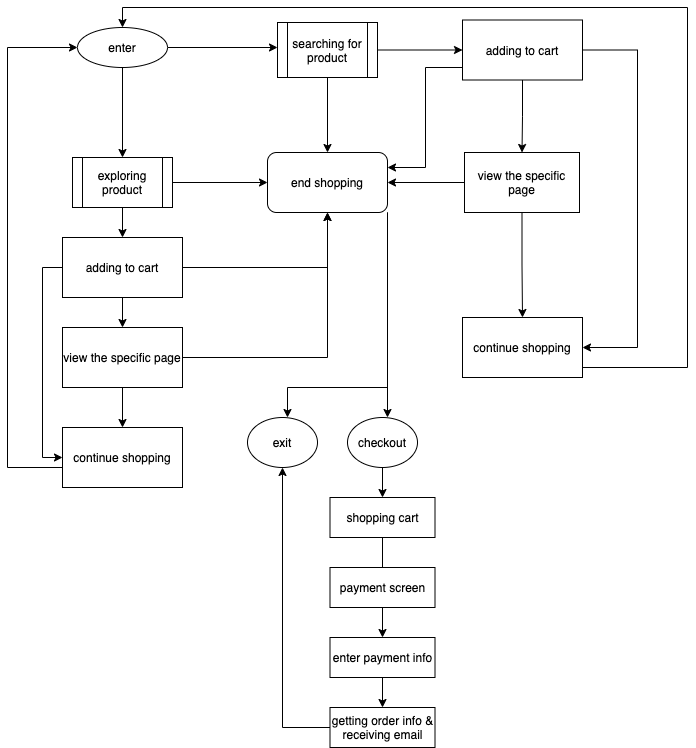
The draw.io diagram explore/diagramming/diagram.drawio.png in h2yuan/fa21-cse110-lab4, before a commit. Source tidied: cells renumbered, new cells last; positions are measured from the earlier drawing's top-left corner, leaving out a move shared by most shapes.
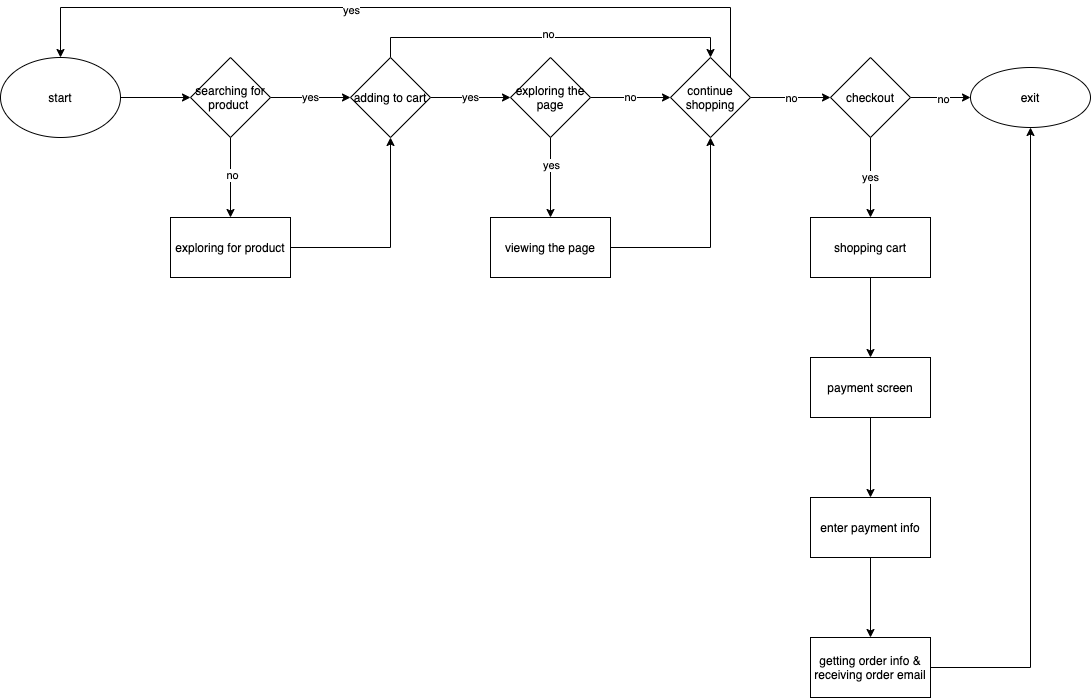
Later version of the same file.

What changed in the source:
```diff
@@ -2,176 +2,127 @@
   <root>
     <mxCell id="0" />
     <mxCell id="1" parent="0" />
+    <mxCell id="43" style="edgeStyle=orthogonalEdgeStyle;rounded=0;jettySize=auto;html=1;" parent="1" edge="1" source="44" target="6">
+      <mxGeometry relative="1" as="geometry" />
+    </mxCell>
+    <mxCell id="44" value="start" style="ellipse;whiteSpace=wrap;html=1;" parent="1" vertex="1">
+      <mxGeometry x="110" y="50" width="120" height="80" as="geometry" />
+    </mxCell>
+    <mxCell id="9" style="edgeStyle=orthogonalEdgeStyle;rounded=0;jettySize=auto;html=1;" parent="1" edge="1" source="6">
+      <mxGeometry relative="1" as="geometry">
+        <mxPoint x="340" y="210" as="targetPoint" />
+      </mxGeometry>
+    </mxCell>
+    <mxCell id="45" value="no" style="edgeLabel;html=1;align=center;verticalAlign=middle;" parent="9" vertex="1">
+      <mxGeometry x="-0.1" y="1" relative="1" as="geometry" />
+    </mxCell>
+    <mxCell id="46" value="yes" style="edgeStyle=orthogonalEdgeStyle;rounded=0;jettySize=auto;html=1;" parent="1" edge="1" source="6" target="2">
+      <mxGeometry relative="1" as="geometry" />
+    </mxCell>
+    <mxCell id="6" value="searching for product&amp;nbsp;" style="rhombus;whiteSpace=wrap;html=1;" parent="1" vertex="1">
+      <mxGeometry x="300" y="50" width="80" height="80" as="geometry" />
+    </mxCell>
+    <mxCell id="47" value="yes" style="edgeStyle=orthogonalEdgeStyle;rounded=0;jettySize=auto;html=1;" parent="1" edge="1" source="2" target="53">
+      <mxGeometry relative="1" as="geometry">
+        <Array as="points">
+          <mxPoint x="580" y="90" />
+          <mxPoint x="580" y="90" />
+        </Array>
+      </mxGeometry>
+    </mxCell>
+    <mxCell id="48" style="edgeStyle=orthogonalEdgeStyle;rounded=0;jettySize=auto;html=1;exitX=0.5;exitY=0;exitDx=0;exitDy=0;entryX=0.5;entryY=0;entryDx=0;entryDy=0;" parent="1" edge="1" source="2" target="31">
+      <mxGeometry relative="1" as="geometry" />
+    </mxCell>
+    <mxCell id="49" value="no" style="edgeLabel;html=1;align=center;verticalAlign=middle;" parent="48" vertex="1">
+      <mxGeometry x="-0.02" y="4" relative="1" as="geometry" />
+    </mxCell>
-    <mxCell id="2" style="edgeStyle=orthogonalEdgeStyle;rounded=0;orthogonalLoop=1;jettySize=auto;html=1;exitX=0.5;exitY=1;exitDx=0;exitDy=0;" parent="1" edge="1">
-      <mxGeometry relative="1" as="geometry">
-        <mxPoint x="115" y="60" as="sourcePoint" />
-        <mxPoint x="115" y="150" as="targetPoint" />
-      </mxGeometry>
+    <mxCell id="2" value="adding to cart" style="rhombus;whiteSpace=wrap;html=1;" parent="1" vertex="1">
+      <mxGeometry x="460" y="50" width="80" height="80" as="geometry" />
     </mxCell>
+    <mxCell id="50" value="no" style="edgeStyle=orthogonalEdgeStyle;rounded=0;jettySize=auto;html=1;" parent="1" edge="1" source="53" target="31">
+      <mxGeometry relative="1" as="geometry" />
+    </mxCell>
+    <mxCell id="51" style="edgeStyle=orthogonalEdgeStyle;rounded=0;jettySize=auto;html=1;" parent="1" edge="1" source="53" target="60">
+      <mxGeometry relative="1" as="geometry" />
+    </mxCell>
+    <mxCell id="52" value="yes" style="edgeLabel;html=1;align=center;verticalAlign=middle;" parent="51" vertex="1">
+      <mxGeometry x="-0.35" relative="1" as="geometry" />
+    </mxCell>
+    <mxCell id="53" value="exploring the page" style="rhombus;whiteSpace=wrap;html=1;" parent="1" vertex="1">
+      <mxGeometry x="620" y="50" width="80" height="80" as="geometry" />
+    </mxCell>
+    <mxCell id="54" style="edgeStyle=orthogonalEdgeStyle;rounded=0;jettySize=auto;html=1;entryX=0.5;entryY=1;entryDx=0;entryDy=0;" parent="1" edge="1" target="2">
+      <mxGeometry relative="1" as="geometry">
+        <mxPoint x="400" y="240" as="sourcePoint" />
+      </mxGeometry>
+    </mxCell>
+    <mxCell id="55" style="edgeStyle=orthogonalEdgeStyle;rounded=0;jettySize=auto;html=1;" parent="1" edge="1" source="31" target="35">
+      <mxGeometry relative="1" as="geometry" />
+    </mxCell>
+    <mxCell id="56" value="no" style="edgeLabel;html=1;align=center;verticalAlign=middle;" parent="55" vertex="1">
+      <mxGeometry x="-0.02" relative="1" as="geometry" />
+    </mxCell>
+    <mxCell id="57" style="edgeStyle=orthogonalEdgeStyle;rounded=0;jettySize=auto;html=1;entryX=0.5;entryY=0;entryDx=0;entryDy=0;" parent="1" edge="1" source="31" target="44">
+      <mxGeometry relative="1" as="geometry">
+        <Array as="points">
+          <mxPoint x="840" />
+          <mxPoint x="170" />
+        </Array>
+      </mxGeometry>
+    </mxCell>
+    <mxCell id="58" value="yes" style="edgeLabel;html=1;align=center;verticalAlign=middle;" parent="57" vertex="1">
+      <mxGeometry x="0.14" y="2" relative="1" as="geometry" />
+    </mxCell>
+    <mxCell id="31" value="continue shopping" style="rhombus;whiteSpace=wrap;html=1;" parent="1" vertex="1">
+      <mxGeometry x="780" y="50" width="80" height="80" as="geometry" />
+    </mxCell>
+    <mxCell id="59" style="edgeStyle=orthogonalEdgeStyle;rounded=0;jettySize=auto;html=1;entryX=0.5;entryY=1;entryDx=0;entryDy=0;" parent="1" edge="1" source="60" target="31">
+      <mxGeometry relative="1" as="geometry" />
+    </mxCell>
+    <mxCell id="60" value="viewing the page" style="whiteSpace=wrap;html=1;" parent="1" vertex="1">
+      <mxGeometry x="600" y="210" width="120" height="60" as="geometry" />
+    </mxCell>
+    <mxCell id="10" style="edgeStyle=orthogonalEdgeStyle;rounded=0;jettySize=auto;html=1;" parent="1" edge="1" source="35" target="33">
+      <mxGeometry relative="1" as="geometry" />
+    </mxCell>
+    <mxCell id="13" value="no" style="edgeLabel;html=1;align=center;verticalAlign=middle;points=[];" parent="10" vertex="1">
+      <mxGeometry x="0.08" y="-1" relative="1" as="geometry" />
+    </mxCell>
+    <mxCell id="7" value="yes" style="edgeStyle=orthogonalEdgeStyle;rounded=0;jettySize=auto;html=1;" parent="1" edge="1" source="35" target="17">
+      <mxGeometry relative="1" as="geometry" />
+    </mxCell>
+    <mxCell id="35" value="checkout" style="rhombus;whiteSpace=wrap;html=1;" parent="1" vertex="1">
+      <mxGeometry x="940" y="50" width="80" height="80" as="geometry" />
+    </mxCell>
+    <mxCell id="61" value="exploring for product" style="rounded=0;whiteSpace=wrap;html=1;" parent="1" vertex="1">
+      <mxGeometry x="280" y="210" width="120" height="60" as="geometry" />
+    </mxCell>
+    <mxCell id="33" value="exit" style="ellipse;whiteSpace=wrap;html=1;" parent="1" vertex="1">
+      <mxGeometry x="1080" y="60" width="120" height="60" as="geometry" />
+    </mxCell>
+    <mxCell id="62" style="edgeStyle=orthogonalEdgeStyle;rounded=0;jettySize=auto;html=1;" parent="1" edge="1" source="17" target="8">
+      <mxGeometry relative="1" as="geometry" />
+    </mxCell>
+    <mxCell id="17" value="shopping cart" style="whiteSpace=wrap;html=1;" parent="1" vertex="1">
+      <mxGeometry x="920" y="210" width="120" height="60" as="geometry" />
+    </mxCell>
+    <mxCell id="4" style="edgeStyle=orthogonalEdgeStyle;rounded=0;jettySize=auto;html=1;" parent="1" edge="1" source="8" target="3">
+      <mxGeometry relative="1" as="geometry" />
+    </mxCell>
+    <mxCell id="8" value="payment screen" style="whiteSpace=wrap;html=1;" parent="1" vertex="1">
+      <mxGeometry x="920" y="350" width="120" height="60" as="geometry" />
+    </mxCell>
+    <mxCell id="14" style="edgeStyle=orthogonalEdgeStyle;rounded=0;jettySize=auto;html=1;" parent="1" edge="1" source="3" target="20">
+      <mxGeometry relative="1" as="geometry" />
+    </mxCell>
-    <mxCell id="3" style="edgeStyle=orthogonalEdgeStyle;rounded=0;orthogonalLoop=1;jettySize=auto;html=1;" parent="1" edge="1">
-      <mxGeometry relative="1" as="geometry">
-        <mxPoint x="160" y="40" as="sourcePoint" />
-        <mxPoint x="270" y="40" as="targetPoint" />
-      </mxGeometry>
+    <mxCell id="3" value="enter payment info" style="whiteSpace=wrap;html=1;" parent="1" vertex="1">
+      <mxGeometry x="920" y="490" width="120" height="60" as="geometry" />
     </mxCell>
-    <mxCell id="4" style="edgeStyle=orthogonalEdgeStyle;rounded=0;jettySize=auto;html=1;entryX=0.5;entryY=0;entryDx=0;entryDy=0;" parent="1" edge="1" source="6" target="13">
-      <mxGeometry relative="1" as="geometry" />
-    </mxCell>
-    <mxCell id="5" style="edgeStyle=orthogonalEdgeStyle;rounded=0;jettySize=auto;html=1;entryX=0;entryY=0.5;entryDx=0;entryDy=0;" parent="1" edge="1" source="6" target="26">
-      <mxGeometry relative="1" as="geometry" />
-    </mxCell>
-    <mxCell id="6" value="searching for product" style="shape=process;whiteSpace=wrap;html=1;backgroundOutline=1;" parent="1" vertex="1">
-      <mxGeometry x="270" y="15" width="100" height="55" as="geometry" />
-    </mxCell>
-    <mxCell id="7" style="edgeStyle=orthogonalEdgeStyle;rounded=0;jettySize=auto;html=1;" parent="1" edge="1" source="9" target="17">
-      <mxGeometry relative="1" as="geometry" />
-    </mxCell>
-    <mxCell id="8" style="edgeStyle=orthogonalEdgeStyle;rounded=0;jettySize=auto;html=1;" parent="1" edge="1" source="9" target="13">
-      <mxGeometry relative="1" as="geometry" />
-    </mxCell>
-    <mxCell id="9" value="exploring product" style="shape=process;whiteSpace=wrap;html=1;backgroundOutline=1;" parent="1" vertex="1">
-      <mxGeometry x="65" y="150" width="100" height="50" as="geometry" />
-    </mxCell>
-    <mxCell id="10" style="edgeStyle=orthogonalEdgeStyle;rounded=0;jettySize=auto;html=1;entryX=1;entryY=0.5;entryDx=0;entryDy=0;" parent="1" edge="1" target="x">
-      <mxGeometry relative="1" as="geometry">
-        <mxPoint x="565" y="40" as="sourcePoint" />
-        <Array as="points">
-          <mxPoint x="630" y="40" />
-          <mxPoint x="630" y="135" />
-        </Array>
-      </mxGeometry>
-    </mxCell>
-    <mxCell id="11" style="edgeStyle=orthogonalEdgeStyle;rounded=0;orthogonalLoop=1;jettySize=auto;html=1;" parent="1" edge="1">
-      <mxGeometry relative="1" as="geometry">
-        <mxPoint x="380" y="205" as="sourcePoint" />
-        <mxPoint x="380" y="410" as="targetPoint" />
-        <Array as="points">
-          <mxPoint x="380" y="310" />
-          <mxPoint x="380" y="310" />
-        </Array>
-      </mxGeometry>
-    </mxCell>
-    <mxCell id="12" style="edgeStyle=orthogonalEdgeStyle;rounded=0;jettySize=auto;html=1;entryX=0.5;entryY=0;entryDx=0;entryDy=0;" parent="1" edge="1" source="13">
-      <mxGeometry relative="1" as="geometry">
-        <mxPoint x="280" y="410" as="targetPoint" />
-        <Array as="points">
-          <mxPoint x="380" y="380" />
-          <mxPoint x="280" y="380" />
-        </Array>
-      </mxGeometry>
-    </mxCell>
-    <mxCell id="13" value="end shopping" style="rounded=1;whiteSpace=wrap;html=1;" parent="1" vertex="1">
-      <mxGeometry x="260" y="145" width="120" height="60" as="geometry" />
-    </mxCell>
-    <mxCell id="14" style="edgeStyle=orthogonalEdgeStyle;rounded=0;jettySize=auto;html=1;" parent="1" edge="1" source="17" target="20">
-      <mxGeometry relative="1" as="geometry" />
-    </mxCell>
-    <mxCell id="15" style="edgeStyle=orthogonalEdgeStyle;rounded=0;jettySize=auto;html=1;" parent="1" edge="1" source="17" target="13">
-      <mxGeometry relative="1" as="geometry" />
-    </mxCell>
-    <mxCell id="16" style="edgeStyle=orthogonalEdgeStyle;rounded=0;jettySize=auto;html=1;exitX=0;exitY=0.5;exitDx=0;exitDy=0;entryX=0;entryY=0.5;entryDx=0;entryDy=0;" parent="1" edge="1" source="17" target="22">
-      <mxGeometry relative="1" as="geometry" />
-    </mxCell>
-    <mxCell id="17" value="adding to cart" style="whiteSpace=wrap;html=1;" parent="1" vertex="1">
-      <mxGeometry x="55" y="230" width="120" height="60" as="geometry" />
-    </mxCell>
-    <mxCell id="18" style="edgeStyle=orthogonalEdgeStyle;rounded=0;jettySize=auto;html=1;" parent="1" edge="1" source="20" target="22">
-      <mxGeometry relative="1" as="geometry" />
-    </mxCell>
-    <mxCell id="19" style="edgeStyle=orthogonalEdgeStyle;rounded=0;jettySize=auto;html=1;" parent="1" edge="1" source="20" target="13">
-      <mxGeometry relative="1" as="geometry" />
-    </mxCell>
+    <mxCell id="22" style="edgeStyle=orthogonalEdgeStyle;rounded=0;jettySize=auto;html=1;exitX=1;exitY=0.5;exitDx=0;exitDy=0;" parent="1" edge="1" source="20" target="33">
+      <mxGeometry relative="1" as="geometry" />
+    </mxCell>
-    <mxCell id="20" value="view the specific page" style="whiteSpace=wrap;html=1;" parent="1" vertex="1">
-      <mxGeometry x="55" y="320" width="120" height="60" as="geometry" />
+    <mxCell id="20" value="getting order info &amp;amp; receiving order email" style="whiteSpace=wrap;html=1;" parent="1" vertex="1">
+      <mxGeometry x="920" y="630" width="120" height="60" as="geometry" />
     </mxCell>
-    <mxCell id="21" style="edgeStyle=orthogonalEdgeStyle;rounded=0;jettySize=auto;html=1;entryX=0;entryY=0.5;entryDx=0;entryDy=0;" parent="1" edge="1" source="22">
-      <mxGeometry relative="1" as="geometry">
-        <mxPoint x="70" y="40" as="targetPoint" />
-        <Array as="points">
-          <mxPoint y="460" />
-          <mxPoint y="40" />
-        </Array>
-      </mxGeometry>
-    </mxCell>
-    <mxCell id="22" value="continue shopping" style="whiteSpace=wrap;html=1;" parent="1" vertex="1">
-      <mxGeometry x="55" y="420" width="120" height="60" as="geometry" />
-    </mxCell>
-    <mxCell id="23" style="edgeStyle=orthogonalEdgeStyle;rounded=0;jettySize=auto;html=1;" parent="1" edge="1" source="26" target="29">
-      <mxGeometry relative="1" as="geometry" />
-    </mxCell>
-    <mxCell id="24" style="edgeStyle=orthogonalEdgeStyle;rounded=0;jettySize=auto;html=1;entryX=1;entryY=0.5;entryDx=0;entryDy=0;" parent="1" edge="1" source="26" target="31">
-      <mxGeometry relative="1" as="geometry">
-        <Array as="points">
-          <mxPoint x="630" y="42.5" />
-          <mxPoint x="630" y="340" />
-        </Array>
-      </mxGeometry>
-    </mxCell>
-    <mxCell id="25" style="edgeStyle=orthogonalEdgeStyle;rounded=0;jettySize=auto;html=1;entryX=1;entryY=0.25;entryDx=0;entryDy=0;" parent="1" edge="1" source="26" target="13">
-      <mxGeometry relative="1" as="geometry">
-        <Array as="points">
-          <mxPoint x="418" y="60" />
-          <mxPoint x="418" y="160" />
-        </Array>
-      </mxGeometry>
-    </mxCell>
-    <mxCell id="26" value="adding to cart" style="whiteSpace=wrap;html=1;" parent="1" vertex="1">
-      <mxGeometry x="455" y="12.5" width="120" height="60" as="geometry" />
-    </mxCell>
-    <mxCell id="27" style="edgeStyle=orthogonalEdgeStyle;rounded=0;jettySize=auto;html=1;" parent="1" edge="1" source="29" target="31">
-      <mxGeometry relative="1" as="geometry" />
-    </mxCell>
-    <mxCell id="28" style="edgeStyle=orthogonalEdgeStyle;rounded=0;jettySize=auto;html=1;" parent="1" edge="1" source="29" target="13">
-      <mxGeometry relative="1" as="geometry" />
-    </mxCell>
-    <mxCell id="29" value="view the specific page" style="whiteSpace=wrap;html=1;" parent="1" vertex="1">
-      <mxGeometry x="457" y="145" width="115" height="60" as="geometry" />
-    </mxCell>
-    <mxCell id="30" style="edgeStyle=orthogonalEdgeStyle;rounded=0;jettySize=auto;html=1;" parent="1" edge="1" source="31">
-      <mxGeometry relative="1" as="geometry">
-        <mxPoint x="115" y="20" as="targetPoint" />
-        <Array as="points">
-          <mxPoint x="680" y="360" />
-          <mxPoint x="680" />
-          <mxPoint x="115" />
-        </Array>
-      </mxGeometry>
-    </mxCell>
-    <mxCell id="31" value="continue shopping" style="whiteSpace=wrap;html=1;" parent="1" vertex="1">
-      <mxGeometry x="455" y="310" width="120" height="60" as="geometry" />
-    </mxCell>
-    <mxCell id="32" value="enter" style="ellipse;whiteSpace=wrap;html=1;" parent="1" vertex="1">
-      <mxGeometry x="70" y="20" width="90" height="40" as="geometry" />
-    </mxCell>
-    <mxCell id="33" value="exit" style="ellipse;whiteSpace=wrap;html=1;" parent="1" vertex="1">
-      <mxGeometry x="240" y="410" width="70" height="50" as="geometry" />
-    </mxCell>
-    <mxCell id="34" style="edgeStyle=orthogonalEdgeStyle;rounded=0;jettySize=auto;html=1;" parent="1" edge="1" source="35" target="37">
-      <mxGeometry relative="1" as="geometry" />
-    </mxCell>
-    <mxCell id="35" value="checkout" style="ellipse;whiteSpace=wrap;html=1;" parent="1" vertex="1">
-      <mxGeometry x="340" y="410" width="70" height="50" as="geometry" />
-    </mxCell>
-    <mxCell id="36" style="edgeStyle=orthogonalEdgeStyle;rounded=0;jettySize=auto;html=1;" parent="1" edge="1" source="37" target="40">
-      <mxGeometry relative="1" as="geometry" />
-    </mxCell>
-    <mxCell id="37" value="shopping cart" style="whiteSpace=wrap;html=1;" parent="1" vertex="1">
-      <mxGeometry x="322.5" y="490" width="105" height="40" as="geometry" />
-    </mxCell>
-    <mxCell id="38" value="payment screen" style="whiteSpace=wrap;html=1;" parent="1" vertex="1">
-      <mxGeometry x="322.5" y="560" width="105" height="40" as="geometry" />
-    </mxCell>
-    <mxCell id="39" style="edgeStyle=orthogonalEdgeStyle;rounded=0;jettySize=auto;html=1;" parent="1" edge="1" source="40" target="42">
-      <mxGeometry relative="1" as="geometry" />
-    </mxCell>
-    <mxCell id="40" value="enter payment info" style="whiteSpace=wrap;html=1;" parent="1" vertex="1">
-      <mxGeometry x="322.5" y="630" width="105" height="40" as="geometry" />
-    </mxCell>
-    <mxCell id="41" style="edgeStyle=orthogonalEdgeStyle;rounded=0;jettySize=auto;html=1;exitX=0;exitY=0.5;exitDx=0;exitDy=0;entryX=0.5;entryY=1;entryDx=0;entryDy=0;" parent="1" edge="1" source="42" target="33">
-      <mxGeometry relative="1" as="geometry" />
-    </mxCell>
-    <mxCell id="42" value="getting order info &amp;amp; receiving email" style="whiteSpace=wrap;html=1;" parent="1" vertex="1">
-      <mxGeometry x="322.5" y="700" width="105" height="40" as="geometry" />
-    </mxCell>
   </root>
 </mxGraphModel>
```
